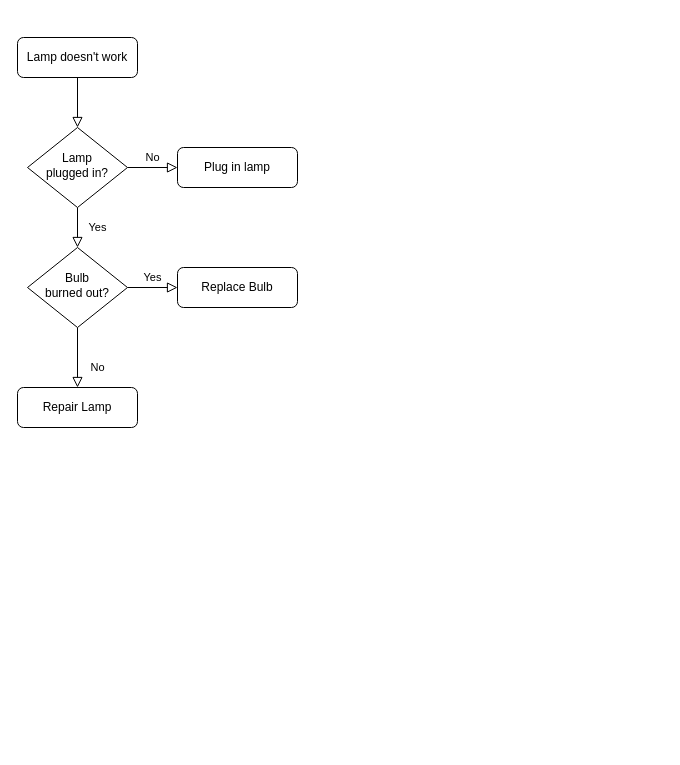
jlbjerke92/UIN22 keeps this draw.io diagram as Untitled Diagram.drawio. Above is the earlier version. Source tidied: cells renumbered, new cells numbered last; positions are measured from the earlier drawing's top-left corner, leaving out a move shared by most shapes. Both pictures are drawn from the tidied source at 100%, with x=0, y=0 at pixel (17, 37).
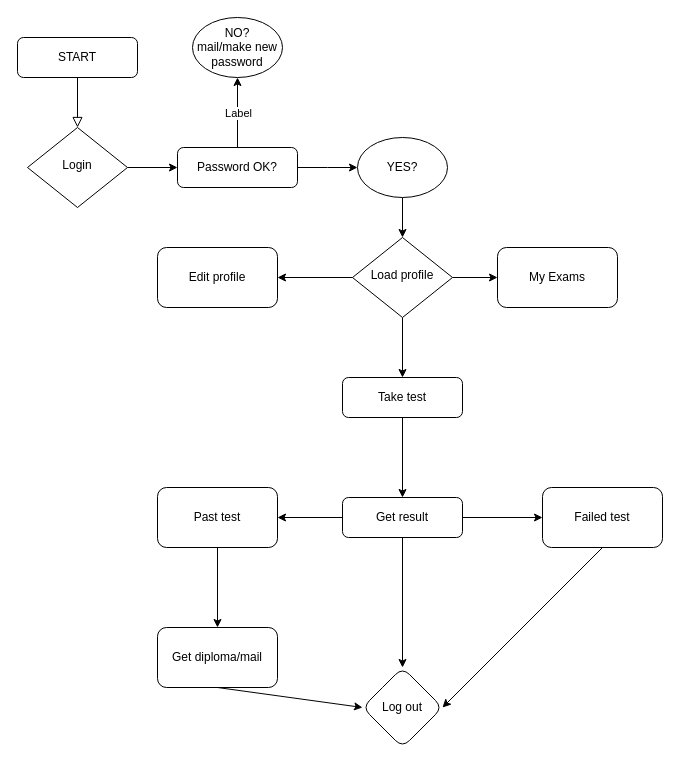
After the change.

Change to the diagram source:
```diff
@@
-    <mxCell id="3" value="Lamp doesn't work" style="rounded=1;whiteSpace=wrap;html=1;fontSize=12;glass=0;strokeWidth=1;shadow=0;" parent="1" vertex="1">
+    <mxCell id="3" value="START" style="rounded=1;whiteSpace=wrap;html=1;fontSize=12;glass=0;strokeWidth=1;shadow=0;" parent="1" vertex="1">
       <mxGeometry width="120" height="40" as="geometry" />
     </mxCell>
-    <mxCell id="4" value="Yes" style="rounded=0;html=1;jettySize=auto;fontSize=11;endArrow=block;endFill=0;endSize=8;strokeWidth=1;shadow=0;labelBackgroundColor=none;edgeStyle=orthogonalEdgeStyle;" parent="1" edge="1" source="6" target="10">
-      <mxGeometry y="20" relative="1" as="geometry" />
-    </mxCell>
-    <mxCell id="5" value="No" style="edgeStyle=orthogonalEdgeStyle;rounded=0;html=1;jettySize=auto;fontSize=11;endArrow=block;endFill=0;endSize=8;strokeWidth=1;shadow=0;labelBackgroundColor=none;" parent="1" edge="1" source="6" target="7">
-      <mxGeometry y="10" relative="1" as="geometry" />
+    <mxCell id="5" style="edgeStyle=orthogonalEdgeStyle;rounded=0;jettySize=auto;html=1;" parent="1" edge="1" source="6" target="7">
+      <mxGeometry relative="1" as="geometry" />
     </mxCell>
-    <mxCell id="6" value="Lamp&lt;br&gt;plugged in?" style="rhombus;whiteSpace=wrap;html=1;shadow=0;fontFamily=Helvetica;fontSize=12;align=center;strokeWidth=1;spacing=6;spacingTop=-4;" parent="1" vertex="1">
+    <mxCell id="6" value="Login" style="rhombus;whiteSpace=wrap;html=1;shadow=0;fontFamily=Helvetica;fontSize=12;align=center;strokeWidth=1;spacing=6;spacingTop=-4;" parent="1" vertex="1">
       <mxGeometry x="10" y="90" width="100" height="80" as="geometry" />
     </mxCell>
+    <mxCell id="13" style="edgeStyle=orthogonalEdgeStyle;rounded=0;jettySize=auto;html=1;" parent="1" edge="1" source="7">
+      <mxGeometry relative="1" as="geometry">
+        <mxPoint x="340" y="130" as="targetPoint" />
+      </mxGeometry>
+    </mxCell>
-    <mxCell id="7" value="Plug in lamp" style="rounded=1;whiteSpace=wrap;html=1;fontSize=12;glass=0;strokeWidth=1;shadow=0;" parent="1" vertex="1">
+    <mxCell id="7" value="Password OK?" style="rounded=1;whiteSpace=wrap;html=1;fontSize=12;glass=0;strokeWidth=1;shadow=0;" parent="1" vertex="1">
       <mxGeometry x="160" y="110" width="120" height="40" as="geometry" />
     </mxCell>
+    <mxCell id="14" style="edgeStyle=orthogonalEdgeStyle;rounded=0;jettySize=auto;html=1;entryX=0;entryY=0.5;entryDx=0;entryDy=0;" parent="1" edge="1" source="10" target="16">
+      <mxGeometry relative="1" as="geometry" />
+    </mxCell>
-    <mxCell id="8" value="No" style="rounded=0;html=1;jettySize=auto;fontSize=11;endArrow=block;endFill=0;endSize=8;strokeWidth=1;shadow=0;labelBackgroundColor=none;edgeStyle=orthogonalEdgeStyle;" parent="1" edge="1" source="10" target="11">
-      <mxGeometry x="0.33" y="20" relative="1" as="geometry" />
+    <mxCell id="8" style="edgeStyle=orthogonalEdgeStyle;rounded=0;jettySize=auto;html=1;" parent="1" edge="1" source="10" target="11">
+      <mxGeometry relative="1" as="geometry" />
     </mxCell>
-    <mxCell id="9" value="Yes" style="edgeStyle=orthogonalEdgeStyle;rounded=0;html=1;jettySize=auto;fontSize=11;endArrow=block;endFill=0;endSize=8;strokeWidth=1;shadow=0;labelBackgroundColor=none;" parent="1" edge="1" source="10" target="12">
-      <mxGeometry y="10" relative="1" as="geometry" />
-    </mxCell>
-    <mxCell id="10" value="Bulb&lt;br&gt;burned out?" style="rhombus;whiteSpace=wrap;html=1;shadow=0;fontFamily=Helvetica;fontSize=12;align=center;strokeWidth=1;spacing=6;spacingTop=-4;" parent="1" vertex="1">
-      <mxGeometry x="10" y="210" width="100" height="80" as="geometry" />
+    <mxCell id="10" value="Load profile" style="rhombus;whiteSpace=wrap;html=1;shadow=0;fontFamily=Helvetica;fontSize=12;align=center;strokeWidth=1;spacing=6;spacingTop=-4;" parent="1" vertex="1">
+      <mxGeometry x="335" y="200" width="100" height="80" as="geometry" />
     </mxCell>
+    <mxCell id="15" style="edgeStyle=orthogonalEdgeStyle;rounded=0;jettySize=auto;html=1;" parent="1" edge="1" source="11" target="26">
+      <mxGeometry relative="1" as="geometry" />
+    </mxCell>
-    <mxCell id="11" value="Repair Lamp" style="rounded=1;whiteSpace=wrap;html=1;fontSize=12;glass=0;strokeWidth=1;shadow=0;" parent="1" vertex="1">
-      <mxGeometry y="350" width="120" height="40" as="geometry" />
+    <mxCell id="11" value="Take test" style="rounded=1;whiteSpace=wrap;html=1;fontSize=12;glass=0;strokeWidth=1;shadow=0;" parent="1" vertex="1">
+      <mxGeometry x="325" y="340" width="120" height="40" as="geometry" />
     </mxCell>
-    <mxCell id="12" value="Replace Bulb" style="rounded=1;whiteSpace=wrap;html=1;fontSize=12;glass=0;strokeWidth=1;shadow=0;" parent="1" vertex="1">
-      <mxGeometry x="160" y="230" width="120" height="40" as="geometry" />
-    </mxCell>
+    <mxCell id="16" value="My Exams" style="rounded=1;whiteSpace=wrap;html=1;" parent="1" vertex="1">
+      <mxGeometry x="480" y="210" width="120" height="60" as="geometry" />
+    </mxCell>
+    <mxCell id="17" style="endArrow=classic;html=1;rounded=0;exitX=0;exitY=0.5;exitDx=0;exitDy=0;" parent="1" edge="1" source="10">
+      <mxGeometry relative="1" as="geometry">
+        <mxPoint x="260" y="240" as="targetPoint" />
+      </mxGeometry>
+    </mxCell>
+    <mxCell id="18" style="endArrow=classic;html=1;rounded=0;exitX=0.5;exitY=0;exitDx=0;exitDy=0;" parent="1" edge="1" source="7">
+      <mxGeometry relative="1" as="geometry">
+        <mxPoint x="220" y="40" as="targetPoint" />
+      </mxGeometry>
+    </mxCell>
+    <mxCell id="19" value="Label" style="edgeLabel;html=1;align=center;verticalAlign=middle;" parent="18" vertex="1">
+      <mxGeometry relative="1" as="geometry" />
+    </mxCell>
+    <mxCell id="20" value="NO?&lt;br&gt;mail/make new password" style="ellipse;whiteSpace=wrap;html=1;" parent="1" vertex="1">
+      <mxGeometry x="175" y="-20" width="90" height="60" as="geometry" />
+    </mxCell>
+    <mxCell id="21" style="edgeStyle=orthogonalEdgeStyle;rounded=0;jettySize=auto;html=1;" parent="1" edge="1" source="22" target="10">
+      <mxGeometry relative="1" as="geometry" />
+    </mxCell>
+    <mxCell id="22" value="YES?" style="ellipse;whiteSpace=wrap;html=1;" parent="1" vertex="1">
+      <mxGeometry x="340" y="100" width="90" height="60" as="geometry" />
+    </mxCell>
+    <mxCell id="23" style="edgeStyle=orthogonalEdgeStyle;rounded=0;jettySize=auto;html=1;" parent="1" edge="1" source="26" target="27">
+      <mxGeometry relative="1" as="geometry" />
+    </mxCell>
+    <mxCell id="24" style="edgeStyle=orthogonalEdgeStyle;rounded=0;jettySize=auto;html=1;" parent="1" edge="1" source="26" target="30">
+      <mxGeometry relative="1" as="geometry" />
+    </mxCell>
+    <mxCell id="25" style="edgeStyle=orthogonalEdgeStyle;rounded=0;jettySize=auto;html=1;" parent="1" edge="1" source="26" target="31">
+      <mxGeometry relative="1" as="geometry" />
+    </mxCell>
+    <mxCell id="26" value="Get result" style="rounded=1;whiteSpace=wrap;html=1;fontSize=12;glass=0;strokeWidth=1;shadow=0;" parent="1" vertex="1">
+      <mxGeometry x="325" y="460" width="120" height="40" as="geometry" />
+    </mxCell>
+    <mxCell id="27" value="Log out" style="rhombus;whiteSpace=wrap;html=1;rounded=1;glass=0;strokeWidth=1;shadow=0;" parent="1" vertex="1">
+      <mxGeometry x="345" y="630" width="80" height="80" as="geometry" />
+    </mxCell>
+    <mxCell id="28" value="Edit profile" style="rounded=1;whiteSpace=wrap;html=1;" parent="1" vertex="1">
+      <mxGeometry x="140" y="210" width="120" height="60" as="geometry" />
+    </mxCell>
+    <mxCell id="29" style="edgeStyle=orthogonalEdgeStyle;rounded=0;jettySize=auto;html=1;" parent="1" edge="1" source="30" target="33">
+      <mxGeometry relative="1" as="geometry" />
+    </mxCell>
+    <mxCell id="30" value="Past test" style="rounded=1;whiteSpace=wrap;html=1;glass=0;strokeWidth=1;shadow=0;" parent="1" vertex="1">
+      <mxGeometry x="140" y="450" width="120" height="60" as="geometry" />
+    </mxCell>
+    <mxCell id="31" value="Failed test" style="rounded=1;whiteSpace=wrap;html=1;glass=0;strokeWidth=1;shadow=0;" parent="1" vertex="1">
+      <mxGeometry x="525" y="450" width="120" height="60" as="geometry" />
+    </mxCell>
+    <mxCell id="32" style="endArrow=classic;html=1;rounded=0;exitX=0.5;exitY=1;exitDx=0;exitDy=0;entryX=1;entryY=0.5;entryDx=0;entryDy=0;" parent="1" edge="1" source="31" target="27">
+      <mxGeometry relative="1" as="geometry" />
+    </mxCell>
+    <mxCell id="33" value="Get diploma/mail" style="whiteSpace=wrap;html=1;rounded=1;glass=0;strokeWidth=1;shadow=0;" parent="1" vertex="1">
+      <mxGeometry x="140" y="590" width="120" height="60" as="geometry" />
+    </mxCell>
+    <mxCell id="34" style="endArrow=classic;html=1;rounded=0;exitX=0.5;exitY=1;exitDx=0;exitDy=0;entryX=0;entryY=0.5;entryDx=0;entryDy=0;" parent="1" edge="1" source="33" target="27">
+      <mxGeometry relative="1" as="geometry" />
+    </mxCell>
```
